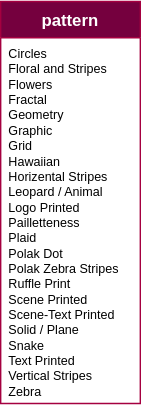
morawi/ddoif keeps this draw.io diagram as figures/pattern.svg. Above is the earlier version. Source tidied: cells renumbered, new cells last; positions are measured from the earlier drawing's top-left corner, leaving out a move shared by most shapes. Source of this version:
```xml
<mxGraphModel>
  <root>
    <mxCell id="0" />
    <mxCell id="1" parent="0" />
    <mxCell id="2" value="pattern" style="swimlane;fontStyle=1;align=center;verticalAlign=top;horizontal=1;startSize=26;rounded=0;shadow=0;strokeWidth=1;fillColor=#75003E;strokeColor=#A50040;fontColor=#ffffff;" parent="1" vertex="1">
      <mxGeometry width="100" height="288" as="geometry" />
    </mxCell>
    <mxCell id="3" value="Circles&#10;Floral and Stripes&#10;Flowers&#10;Fractal&#10;Geometry&#10;Graphic&#10;Grid&#10;Hawaiian&#10;Horizental Stripes&#10;Leopard / Animal&#10;Logo Printed&#10;Pailletteness&#10;Plaid&#10;Polak Dot&#10;Polak Zebra Stripes&#10;Ruffle Print&#10;Scene Printed&#10;Scene-Text Printed&#10;Solid / Plane&#10;Snake&#10;Text Printed&#10;Vertical Stripes&#10;Zebra" style="text;align=left;verticalAlign=top;spacingLeft=4;spacingRight=4;overflow=hidden;fontSize=9;" parent="2" vertex="1">
      <mxGeometry y="26" width="100" height="254" as="geometry" />
    </mxCell>
  </root>
</mxGraphModel>
```
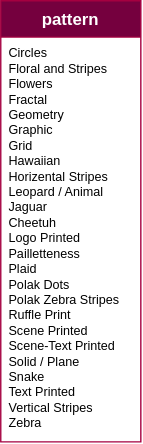
The same file after the commit.

What changed in the source:
```diff
@@ -3,10 +3,10 @@
     <mxCell id="0" />
     <mxCell id="1" parent="0" />
     <mxCell id="2" value="pattern" style="swimlane;fontStyle=1;align=center;verticalAlign=top;horizontal=1;startSize=26;rounded=0;shadow=0;strokeWidth=1;fillColor=#75003E;strokeColor=#A50040;fontColor=#ffffff;" parent="1" vertex="1">
-      <mxGeometry width="100" height="288" as="geometry" />
+      <mxGeometry width="100" height="315" as="geometry" />
     </mxCell>
-    <mxCell id="3" value="Circles&#10;Floral and Stripes&#10;Flowers&#10;Fractal&#10;Geometry&#10;Graphic&#10;Grid&#10;Hawaiian&#10;Horizental Stripes&#10;Leopard / Animal&#10;Logo Printed&#10;Pailletteness&#10;Plaid&#10;Polak Dot&#10;Polak Zebra Stripes&#10;Ruffle Print&#10;Scene Printed&#10;Scene-Text Printed&#10;Solid / Plane&#10;Snake&#10;Text Printed&#10;Vertical Stripes&#10;Zebra" style="text;align=left;verticalAlign=top;spacingLeft=4;spacingRight=4;overflow=hidden;fontSize=9;" parent="2" vertex="1">
-      <mxGeometry y="26" width="100" height="254" as="geometry" />
+    <mxCell id="3" value="Circles&#10;Floral and Stripes&#10;Flowers&#10;Fractal&#10;Geometry&#10;Graphic&#10;Grid&#10;Hawaiian&#10;Horizental Stripes&#10;Leopard / Animal&#10;Jaguar&#10;Cheetuh&#10;Logo Printed&#10;Pailletteness&#10;Plaid&#10;Polak Dots&#10;Polak Zebra Stripes&#10;Ruffle Print&#10;Scene Printed&#10;Scene-Text Printed&#10;Solid / Plane&#10;Snake&#10;Text Printed&#10;Vertical Stripes&#10;Zebra" style="text;align=left;verticalAlign=top;spacingLeft=4;spacingRight=4;overflow=hidden;fontSize=9;" parent="2" vertex="1">
+      <mxGeometry y="26" width="100" height="284" as="geometry" />
     </mxCell>
   </root>
 </mxGraphModel>
```
